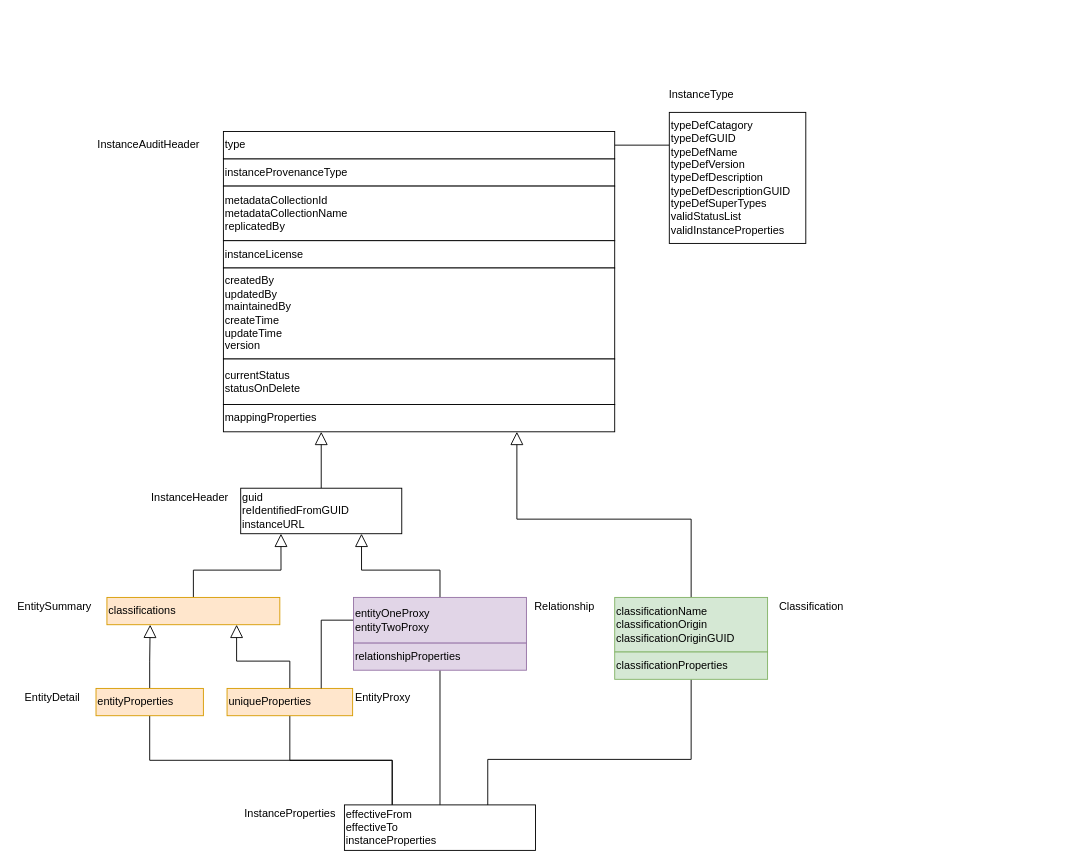
The draw.io diagram page "structure" (2 of 4) of site/docs/concepts/open-metadata-instances.drawio in odpi/egeria-docs, before the edit. Source tidied: cells renumbered, new cells numbered last; positions are measured from the earlier drawing's top-left corner, leaving out a move shared by most shapes. Both pictures are drawn from the tidied source at 91%, with x=0, y=0 at pixel (15, 86).
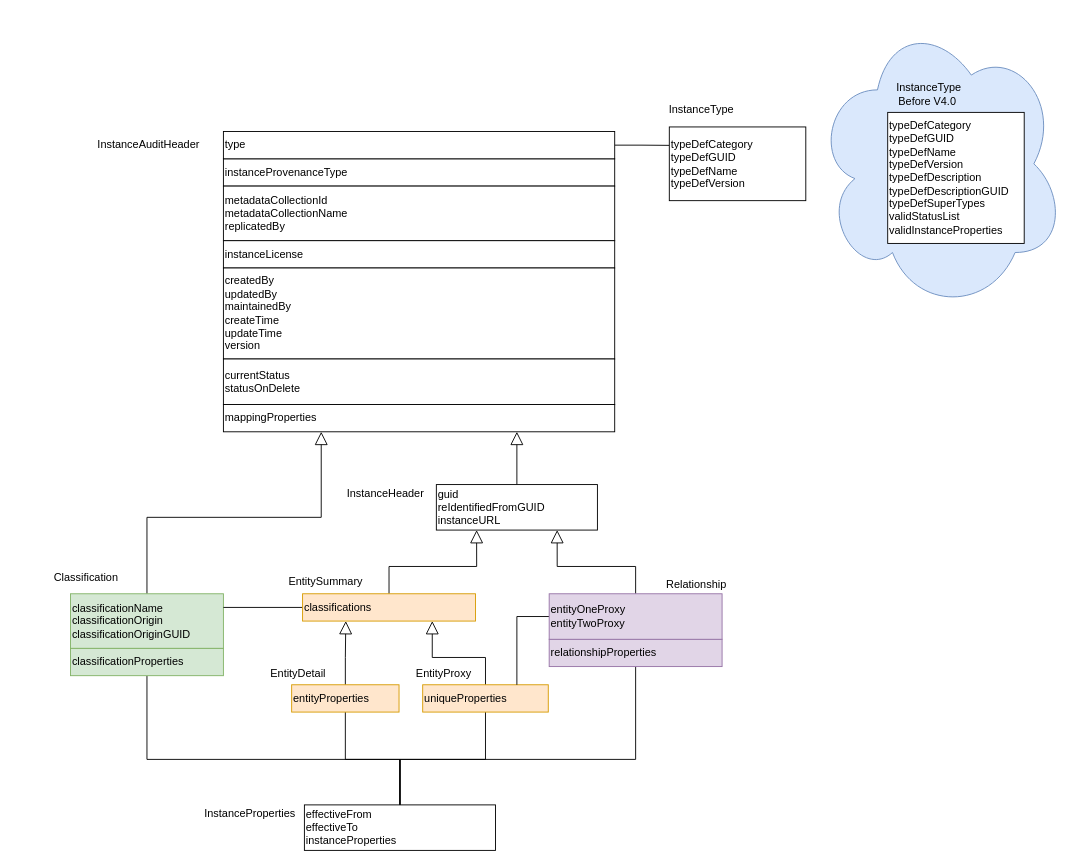
The same page after the edit.

Unchanged cells that the change refers to:
```xml
<mxCell id="7" value="mappingProperties" style="rounded=0;whiteSpace=wrap;html=1;align=left;" parent="1" vertex="1">
  <mxGeometry x="228" y="350" width="430" height="30" as="geometry" />
</mxCell>
```

What changed in the source:
```diff
@@
+    <mxCell id="40" style="ellipse;shape=cloud;whiteSpace=wrap;html=1;fillColor=#dae8fc;strokeColor=#6c8ebf;" parent="1" vertex="1">
+      <mxGeometry x="878" y="-77" width="275" height="325" as="geometry" />
+    </mxCell>
@@
-    <mxCell id="8" style="edgeStyle=orthogonalEdgeStyle;rounded=0;jettySize=auto;html=1;exitX=0.5;exitY=0;exitDx=0;exitDy=0;entryX=0.75;entryY=1;entryDx=0;entryDy=0;endArrow=block;endFill=0;strokeWidth=1;endSize=12;align=left;" parent="1" edge="1" source="9" target="7">
+    <mxCell id="8" style="edgeStyle=orthogonalEdgeStyle;rounded=0;jettySize=auto;html=1;exitX=0.5;exitY=0;exitDx=0;exitDy=0;entryX=0.25;entryY=1;entryDx=0;entryDy=0;endArrow=block;endFill=0;strokeWidth=1;endSize=12;align=left;" parent="1" edge="1" source="9" target="7">
       <mxGeometry relative="1" as="geometry" />
     </mxCell>
     <mxCell id="9" value="classificationName&lt;br&gt;classificationOrigin&lt;br&gt;classificationOriginGUID" style="rounded=0;whiteSpace=wrap;html=1;fillColor=#d5e8d4;strokeColor=#82b366;align=left;" parent="1" vertex="1">
-      <mxGeometry x="658" y="562" width="168" height="60" as="geometry" />
+      <mxGeometry x="60" y="558" width="168" height="60" as="geometry" />
     </mxCell>
-    <mxCell id="10" style="edgeStyle=orthogonalEdgeStyle;rounded=0;jettySize=auto;html=1;exitX=0.5;exitY=0;exitDx=0;exitDy=0;entryX=0.25;entryY=1;entryDx=0;entryDy=0;endArrow=block;endFill=0;endSize=12;strokeWidth=1;align=left;" parent="1" edge="1" source="11" target="7">
+    <mxCell id="10" style="edgeStyle=orthogonalEdgeStyle;rounded=0;jettySize=auto;html=1;exitX=0.5;exitY=0;exitDx=0;exitDy=0;endArrow=block;endFill=0;endSize=12;strokeWidth=1;align=left;entryX=0.75;entryY=1;entryDx=0;entryDy=0;" parent="1" edge="1" source="11" target="7">
       <mxGeometry relative="1" as="geometry" />
     </mxCell>
     <mxCell id="11" value="guid&lt;br&gt;reIdentifiedFromGUID&lt;br&gt;instanceURL" style="rounded=0;whiteSpace=wrap;html=1;align=left;" parent="1" vertex="1">
-      <mxGeometry x="247" y="442" width="177" height="50" as="geometry" />
+      <mxGeometry x="462" y="438" width="177" height="50" as="geometry" />
     </mxCell>
@@
+    <mxCell id="41" style="edgeStyle=none;rounded=0;jettySize=auto;html=1;exitX=0;exitY=0.5;exitDx=0;exitDy=0;endArrow=none;endFill=0;entryX=1;entryY=0.25;entryDx=0;entryDy=0;" parent="1" edge="1" source="13" target="9">
+      <mxGeometry relative="1" as="geometry" />
+    </mxCell>
     <mxCell id="13" value="classifications" style="rounded=0;whiteSpace=wrap;html=1;fillColor=#ffe6cc;strokeColor=#d79b00;align=left;" parent="1" vertex="1">
-      <mxGeometry x="100" y="562" width="190" height="30" as="geometry" />
+      <mxGeometry x="315" y="558" width="190" height="30" as="geometry" />
     </mxCell>
@@
-    <mxCell id="15" style="edgeStyle=orthogonalEdgeStyle;rounded=0;jettySize=auto;html=1;exitX=0.5;exitY=1;exitDx=0;exitDy=0;endArrow=none;endFill=0;entryX=0.25;entryY=0;entryDx=0;entryDy=0;" parent="1" edge="1" source="16" target="34">
-      <mxGeometry relative="1" as="geometry" />
+    <mxCell id="15" style="edgeStyle=orthogonalEdgeStyle;rounded=0;jettySize=auto;html=1;exitX=0.5;exitY=1;exitDx=0;exitDy=0;endArrow=none;endFill=0;entryX=0.5;entryY=0;entryDx=0;entryDy=0;" parent="1" edge="1" source="16" target="34">
+      <mxGeometry relative="1" as="geometry">
+        <Array as="points">
+          <mxPoint x="516" y="740" />
+          <mxPoint x="422" y="740" />
+        </Array>
+      </mxGeometry>
     </mxCell>
     <mxCell id="16" value="uniqueProperties" style="rounded=0;whiteSpace=wrap;html=1;fillColor=#ffe6cc;strokeColor=#d79b00;align=left;" parent="1" vertex="1">
-      <mxGeometry x="232" y="662" width="138" height="30" as="geometry" />
+      <mxGeometry x="447" y="658" width="138" height="30" as="geometry" />
     </mxCell>
@@
-    <mxCell id="18" style="edgeStyle=orthogonalEdgeStyle;rounded=0;jettySize=auto;html=1;exitX=0.5;exitY=1;exitDx=0;exitDy=0;endArrow=none;endFill=0;entryX=0.25;entryY=0;entryDx=0;entryDy=0;" parent="1" edge="1" source="19" target="34">
-      <mxGeometry relative="1" as="geometry" />
+    <mxCell id="18" style="edgeStyle=orthogonalEdgeStyle;rounded=0;jettySize=auto;html=1;exitX=0.5;exitY=1;exitDx=0;exitDy=0;endArrow=none;endFill=0;entryX=0.5;entryY=0;entryDx=0;entryDy=0;" parent="1" edge="1" source="19" target="34">
+      <mxGeometry relative="1" as="geometry">
+        <Array as="points">
+          <mxPoint x="362" y="740" />
+          <mxPoint x="422" y="740" />
+        </Array>
+      </mxGeometry>
     </mxCell>
     <mxCell id="19" value="entityProperties" style="rounded=0;whiteSpace=wrap;html=1;fillColor=#ffe6cc;strokeColor=#d79b00;align=left;" parent="1" vertex="1">
-      <mxGeometry x="88" y="662" width="118" height="30" as="geometry" />
+      <mxGeometry x="303" y="658" width="118" height="30" as="geometry" />
     </mxCell>
@@
-    <mxCell id="22" value="typeDefCatagory&lt;br&gt;typeDefGUID&lt;br&gt;typeDefName&lt;br&gt;typeDefVersion&lt;br&gt;typeDefDescription&lt;br&gt;typeDefDescriptionGUID&lt;br&gt;typeDefSuperTypes&lt;br&gt;validStatusList&lt;br&gt;validInstanceProperties" style="rounded=0;whiteSpace=wrap;html=1;align=left;" parent="1" vertex="1">
-      <mxGeometry x="718" y="29" width="150" height="144" as="geometry" />
+    <mxCell id="22" value="typeDefCategory&lt;br&gt;typeDefGUID&lt;br&gt;typeDefName&lt;br&gt;typeDefVersion" style="rounded=0;whiteSpace=wrap;html=1;align=left;" parent="1" vertex="1">
+      <mxGeometry x="718" y="45" width="150" height="81" as="geometry" />
     </mxCell>
-    <mxCell id="23" style="edgeStyle=orthogonalEdgeStyle;rounded=0;jettySize=auto;html=1;exitX=0.5;exitY=1;exitDx=0;exitDy=0;endArrow=none;endFill=0;" parent="1" edge="1" source="24" target="34">
-      <mxGeometry relative="1" as="geometry" />
+    <mxCell id="23" style="edgeStyle=orthogonalEdgeStyle;rounded=0;jettySize=auto;html=1;exitX=0.5;exitY=1;exitDx=0;exitDy=0;endArrow=none;endFill=0;entryX=0.5;entryY=0;entryDx=0;entryDy=0;" parent="1" edge="1" source="24" target="34">
+      <mxGeometry relative="1" as="geometry">
+        <Array as="points">
+          <mxPoint x="681" y="740" />
+          <mxPoint x="422" y="740" />
+        </Array>
+      </mxGeometry>
     </mxCell>
     <mxCell id="24" value="relationshipProperties" style="rounded=0;whiteSpace=wrap;html=1;fillColor=#e1d5e7;strokeColor=#9673a6;align=left;" parent="1" vertex="1">
-      <mxGeometry x="371" y="612" width="190" height="30" as="geometry" />
+      <mxGeometry x="586" y="608" width="190" height="30" as="geometry" />
     </mxCell>
@@
     <mxCell id="26" value="EntitySummary" style="text;html=1;align=left;verticalAlign=middle;" parent="1" vertex="1">
-      <mxGeometry y="562" width="100" height="20" as="geometry" />
+      <mxGeometry x="298" y="535" width="100" height="20" as="geometry" />
     </mxCell>
     <mxCell id="27" value="EntityProxy" style="text;html=1;align=left;verticalAlign=middle;" parent="1" vertex="1">
-      <mxGeometry x="371" y="662" width="80" height="20" as="geometry" />
+      <mxGeometry x="438" y="636" width="80" height="20" as="geometry" />
     </mxCell>
     <mxCell id="28" value="EntityDetail" style="text;html=1;align=left;verticalAlign=middle;" parent="1" vertex="1">
-      <mxGeometry x="8" y="662" width="80" height="20" as="geometry" />
+      <mxGeometry x="278" y="636" width="80" height="20" as="geometry" />
     </mxCell>
     <mxCell id="29" value="Relationship" style="text;html=1;align=left;verticalAlign=middle;" parent="1" vertex="1">
-      <mxGeometry x="568" y="562" width="80" height="20" as="geometry" />
+      <mxGeometry x="713" y="538" width="80" height="20" as="geometry" />
     </mxCell>
@@
     <mxCell id="31" value="Classification" style="text;html=1;align=left;verticalAlign=middle;" parent="1" vertex="1">
-      <mxGeometry x="837" y="562" width="90" height="20" as="geometry" />
+      <mxGeometry x="40" y="531" width="90" height="20" as="geometry" />
     </mxCell>
     <mxCell id="32" value="InstanceHeader" style="text;html=1;align=left;verticalAlign=middle;" parent="1" vertex="1">
-      <mxGeometry x="147" y="442" width="100" height="20" as="geometry" />
+      <mxGeometry x="362" y="438" width="100" height="20" as="geometry" />
     </mxCell>
     <mxCell id="33" value="InstanceType" style="text;html=1;align=center;verticalAlign=middle;strokeColor=none;fillColor=none;" parent="1" vertex="1">
-      <mxGeometry x="708" width="90" height="20" as="geometry" />
+      <mxGeometry x="708" y="16" width="90" height="20" as="geometry" />
     </mxCell>
     <mxCell id="34" value="effectiveFrom&lt;br&gt;effectiveTo&lt;br&gt;instanceProperties" style="rounded=0;whiteSpace=wrap;html=1;align=left;" parent="1" vertex="1">
-      <mxGeometry x="361" y="790" width="210" height="50" as="geometry" />
+      <mxGeometry x="317" y="790" width="210" height="50" as="geometry" />
     </mxCell>
     <mxCell id="35" value="InstanceProperties" style="text;html=1;align=center;verticalAlign=middle;strokeColor=none;fillColor=none;" parent="1" vertex="1">
-      <mxGeometry x="241" y="790" width="120" height="20" as="geometry" />
+      <mxGeometry x="197" y="790" width="120" height="20" as="geometry" />
     </mxCell>
@@
     <mxCell id="37" value="entityOneProxy&lt;br&gt;entityTwoProxy" style="rounded=0;whiteSpace=wrap;html=1;fillColor=#e1d5e7;strokeColor=#9673a6;align=left;" parent="1" vertex="1">
-      <mxGeometry x="371" y="562" width="190" height="50" as="geometry" />
+      <mxGeometry x="586" y="558" width="190" height="50" as="geometry" />
     </mxCell>
-    <mxCell id="38" style="edgeStyle=orthogonalEdgeStyle;rounded=0;jettySize=auto;html=1;exitX=0.5;exitY=1;exitDx=0;exitDy=0;endArrow=none;endFill=0;entryX=0.75;entryY=0;entryDx=0;entryDy=0;" parent="1" edge="1" source="39" target="34">
+    <mxCell id="38" style="edgeStyle=orthogonalEdgeStyle;rounded=0;jettySize=auto;html=1;exitX=0.5;exitY=1;exitDx=0;exitDy=0;endArrow=none;endFill=0;entryX=0.5;entryY=0;entryDx=0;entryDy=0;" parent="1" edge="1" source="39" target="34">
       <mxGeometry relative="1" as="geometry">
         <Array as="points">
-          <mxPoint x="742" y="740" />
-          <mxPoint x="519" y="740" />
+          <mxPoint x="144" y="740" />
+          <mxPoint x="422" y="740" />
         </Array>
       </mxGeometry>
     </mxCell>
     <mxCell id="39" value="classificationProperties" style="rounded=0;whiteSpace=wrap;html=1;fillColor=#d5e8d4;strokeColor=#82b366;align=left;" parent="1" vertex="1">
-      <mxGeometry x="658" y="622" width="168" height="30" as="geometry" />
+      <mxGeometry x="60" y="618" width="168" height="30" as="geometry" />
     </mxCell>
+    <mxCell id="42" value="typeDefCategory&lt;br&gt;typeDefGUID&lt;br&gt;typeDefName&lt;br&gt;typeDefVersion&lt;br&gt;typeDefDescription&lt;br&gt;typeDefDescriptionGUID&lt;br&gt;typeDefSuperTypes&lt;br&gt;validStatusList&lt;br&gt;validInstanceProperties" style="rounded=0;whiteSpace=wrap;html=1;align=left;" parent="1" vertex="1">
+      <mxGeometry x="958" y="29" width="150" height="144" as="geometry" />
+    </mxCell>
+    <mxCell id="43" value="InstanceType&lt;br&gt;Before V4.0&amp;nbsp;" style="text;html=1;align=center;verticalAlign=middle;strokeColor=none;fillColor=none;" parent="1" vertex="1">
+      <mxGeometry x="958" y="-11" width="90" height="40" as="geometry" />
+    </mxCell>
```
